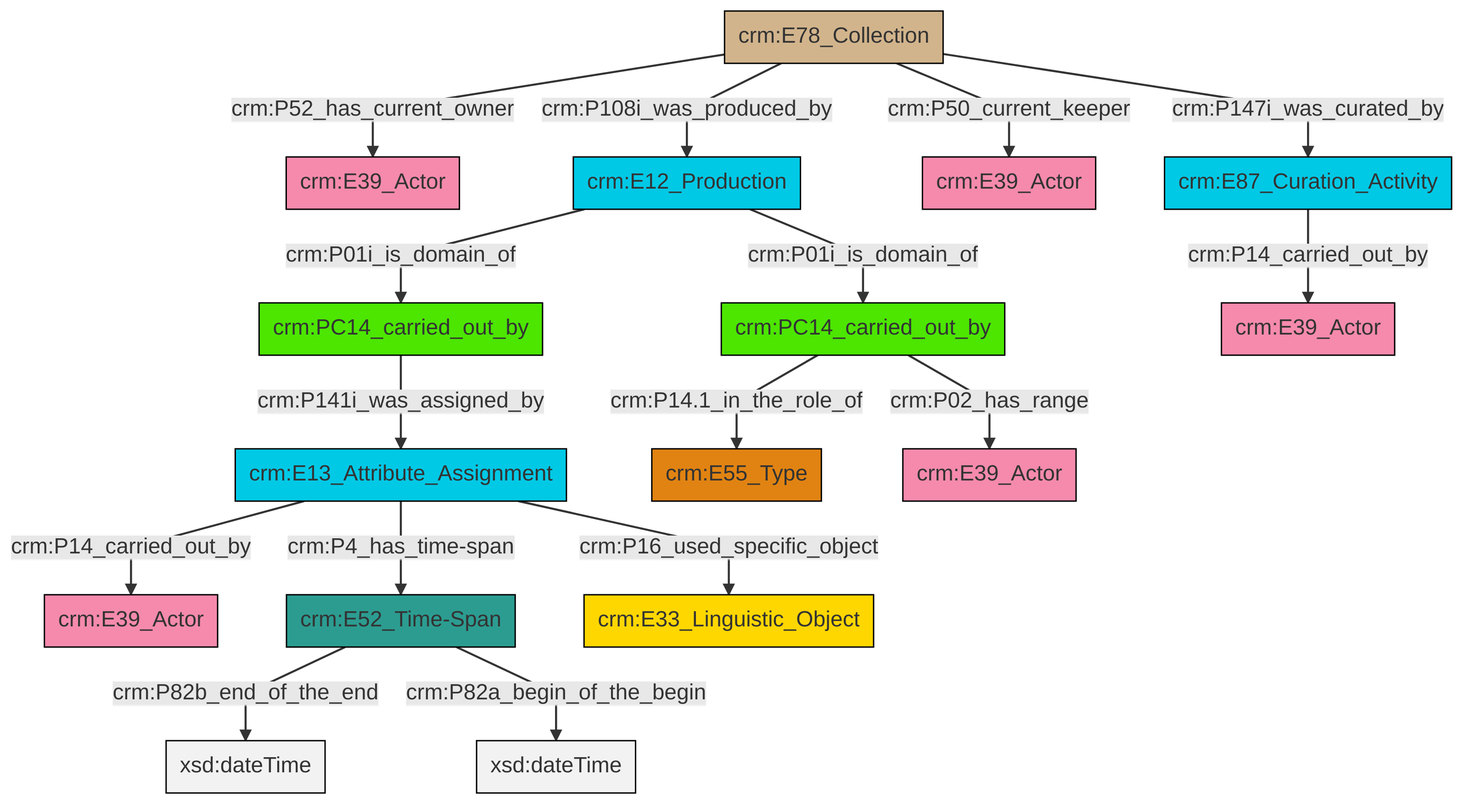
The Mermaid diagram et/archivalCSV/ttl/mmd/png/archival_relation.png in swiss-art-research-net/docs.swissartresearch, before a commit. Its source is kept beside it as et/archivalCSV/ttl/mmd/archival_relation.ttl.mmd.
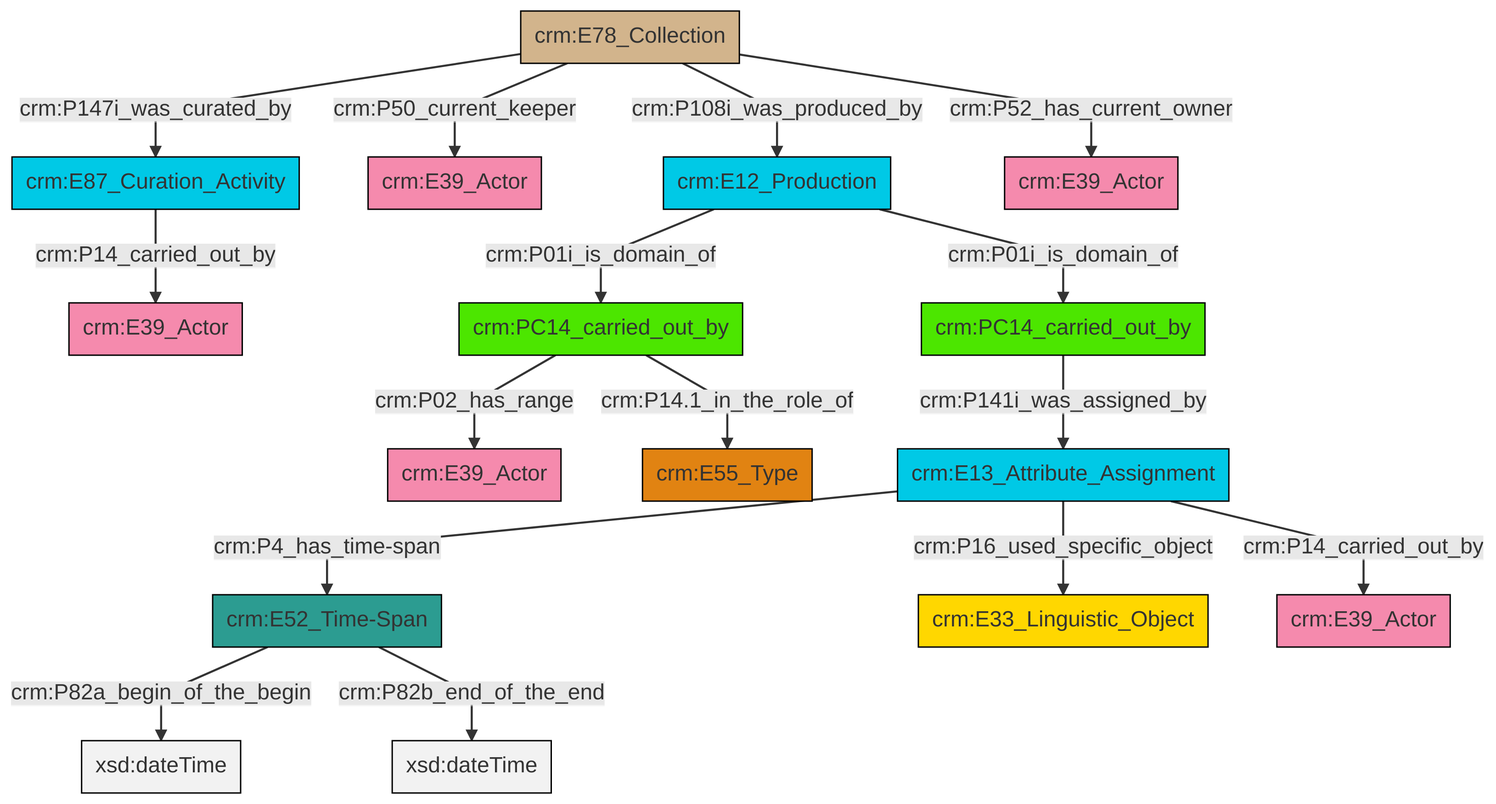
After the commit.

Change to the diagram source:
```diff
@@ -13,18 +13,18 @@
 classDef PC_Classes fill:#4ce600, stroke:#000000;
 classDef Multi fill:#cccccc,stroke:#000000;
 
-0["crm:E78_Collection"]:::Physical_Thing -->|crm:P52_has_current_owner| 1["crm:E39_Actor"]:::Actor
-2["crm:PC14_carried_out_by"]:::PC_Classes -->|crm:P141i_was_assigned_by| 3["crm:E13_Attribute_Assignment"]:::Temporal_Entity
-11["crm:PC14_carried_out_by"]:::PC_Classes -->|crm:P14.1_in_the_role_of| 4["crm:E55_Type"]:::Type
-13["crm:E52_Time-Span"]:::Time-Span -->|crm:P82b_end_of_the_end| 14[xsd:dateTime]:::Literal
-3["crm:E13_Attribute_Assignment"]:::Temporal_Entity -->|crm:P16_used_specific_object| 15["crm:E33_Linguistic_Object"]:::Conceptual_Object
-0["crm:E78_Collection"]:::Physical_Thing -->|crm:P50_current_keeper| 16["crm:E39_Actor"]:::Actor
-11["crm:PC14_carried_out_by"]:::PC_Classes -->|crm:P02_has_range| 18["crm:E39_Actor"]:::Actor
-0["crm:E78_Collection"]:::Physical_Thing -->|crm:P108i_was_produced_by| 19["crm:E12_Production"]:::Temporal_Entity
-19["crm:E12_Production"]:::Temporal_Entity -->|crm:P01i_is_domain_of| 2["crm:PC14_carried_out_by"]:::PC_Classes
-3["crm:E13_Attribute_Assignment"]:::Temporal_Entity -->|crm:P4_has_time-span| 13["crm:E52_Time-Span"]:::Time-Span
-0["crm:E78_Collection"]:::Physical_Thing -->|crm:P147i_was_curated_by| 6["crm:E87_Curation_Activity"]:::Temporal_Entity
-13["crm:E52_Time-Span"]:::Time-Span -->|crm:P82a_begin_of_the_begin| 24[xsd:dateTime]:::Literal
-3["crm:E13_Attribute_Assignment"]:::Temporal_Entity -->|crm:P14_carried_out_by| 9["crm:E39_Actor"]:::Actor
-6["crm:E87_Curation_Activity"]:::Temporal_Entity -->|crm:P14_carried_out_by| 26["crm:E39_Actor"]:::Actor
-19["crm:E12_Production"]:::Temporal_Entity -->|crm:P01i_is_domain_of| 11["crm:PC14_carried_out_by"]:::PC_Classes
+0["crm:PC14_carried_out_by"]:::PC_Classes -->|crm:P02_has_range| 1["crm:E39_Actor"]:::Actor
+7["crm:E13_Attribute_Assignment"]:::Temporal_Entity -->|crm:P4_has_time-span| 8["crm:E52_Time-Span"]:::Time-Span
+9["crm:E78_Collection"]:::Physical_Thing -->|crm:P147i_was_curated_by| 10["crm:E87_Curation_Activity"]:::Temporal_Entity
+0["crm:PC14_carried_out_by"]:::PC_Classes -->|crm:P14.1_in_the_role_of| 11["crm:E55_Type"]:::Type
+12["crm:PC14_carried_out_by"]:::PC_Classes -->|crm:P141i_was_assigned_by| 7["crm:E13_Attribute_Assignment"]:::Temporal_Entity
+7["crm:E13_Attribute_Assignment"]:::Temporal_Entity -->|crm:P16_used_specific_object| 2["crm:E33_Linguistic_Object"]:::Conceptual_Object
+7["crm:E13_Attribute_Assignment"]:::Temporal_Entity -->|crm:P14_carried_out_by| 16["crm:E39_Actor"]:::Actor
+9["crm:E78_Collection"]:::Physical_Thing -->|crm:P50_current_keeper| 17["crm:E39_Actor"]:::Actor
+18["crm:E12_Production"]:::Temporal_Entity -->|crm:P01i_is_domain_of| 0["crm:PC14_carried_out_by"]:::PC_Classes
+8["crm:E52_Time-Span"]:::Time-Span -->|crm:P82a_begin_of_the_begin| 20[xsd:dateTime]:::Literal
+10["crm:E87_Curation_Activity"]:::Temporal_Entity -->|crm:P14_carried_out_by| 22["crm:E39_Actor"]:::Actor
+9["crm:E78_Collection"]:::Physical_Thing -->|crm:P108i_was_produced_by| 18["crm:E12_Production"]:::Temporal_Entity
+18["crm:E12_Production"]:::Temporal_Entity -->|crm:P01i_is_domain_of| 12["crm:PC14_carried_out_by"]:::PC_Classes
+8["crm:E52_Time-Span"]:::Time-Span -->|crm:P82b_end_of_the_end| 27[xsd:dateTime]:::Literal
+9["crm:E78_Collection"]:::Physical_Thing -->|crm:P52_has_current_owner| 5["crm:E39_Actor"]:::Actor
```
